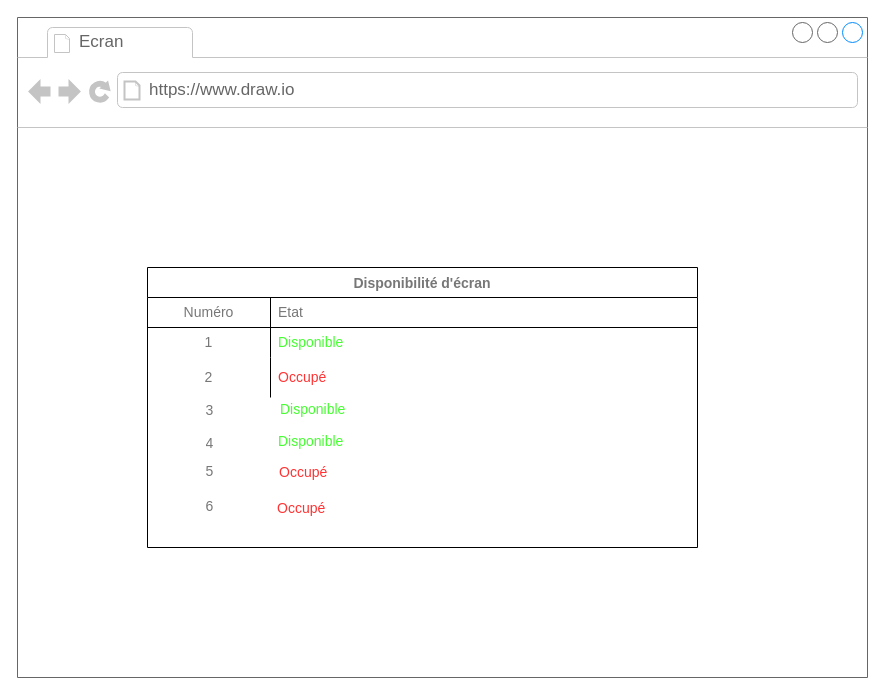
This is page "Ecran" (7 of 8) of maquetter_une_application/realiser_la_maquette_ux_ui/phase_3/maquetage_personnel.drawio from Rustam0-0/cda, a draw.io file, before an edit. Source tidied: cells renumbered, new cells numbered last; positions are measured from the earlier drawing's top-left corner, leaving out a move shared by most shapes. Both pictures are drawn from the tidied source at 100%, with x=0, y=0 at pixel (17, 17).
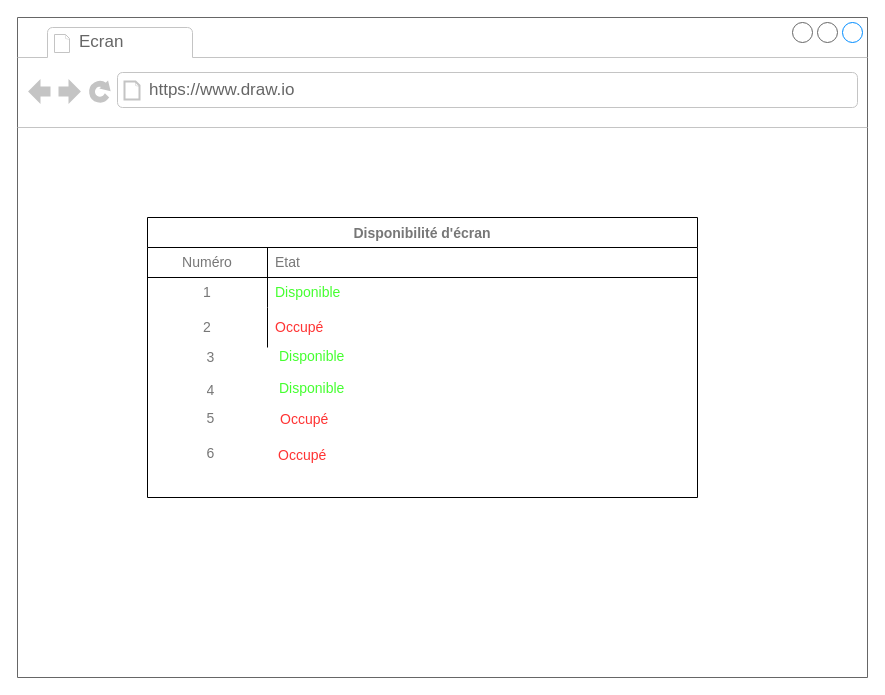
The same diagram, later.

The change refers to these unchanged cells:
```xml
<mxCell id="2" style="strokeWidth=1;shadow=0;dashed=0;align=center;html=1;shape=mxgraph.mockup.containers.browserWindow;rSize=0;strokeColor=#666666;strokeColor2=#008cff;strokeColor3=#c4c4c4;mainText=,;" parent="1" vertex="1">
  <mxGeometry width="850" height="660" as="geometry" />
</mxCell>
<mxCell id="6" style="shape=partialRectangle;html=1;whiteSpace=wrap;fillColor=none;top=0;left=0;bottom=1;right=0;fontSize=14;fontColor=#777777;" parent="5" vertex="1">
  <mxGeometry y="30" width="550" height="30" as="geometry" />
</mxCell>
<mxCell id="9" style="shape=partialRectangle;html=1;whiteSpace=wrap;fillColor=none;top=0;left=0;bottom=0;right=0;fontSize=14;fontColor=#777777;" parent="5" vertex="1">
  <mxGeometry y="60" width="550" height="30" as="geometry" />
</mxCell>
<mxCell id="12" style="shape=partialRectangle;html=1;whiteSpace=wrap;fillColor=none;top=0;left=0;bottom=0;right=0;fontSize=14;fontColor=#777777;" parent="5" vertex="1">
  <mxGeometry y="90" width="550" height="40" as="geometry" />
</mxCell>
```

Change to the diagram source:
```diff
@@
-    <mxCell id="5" value="Disponibilité d'écran" style="shape=table;startSize=30;childLayout=tableLayout;rowLines=0;fontStyle=1;align=center;fontSize=14;fontColor=#777777;fillColor=#FFFFFF;" parent="1" vertex="1">
-      <mxGeometry x="130" y="250" width="550" height="280" as="geometry" />
+    <mxCell id="5" value="Disponibilité d'écran" style="shape=table;startSize=30;childLayout=tableLayout;rowLines=0;fontStyle=1;align=center;fontSize=14;fontColor=#777777;fillColor=#FFFFFF;" parent="2" vertex="1">
+      <mxGeometry x="130" y="200" width="550" height="280" as="geometry" />
     </mxCell>
@@
     <mxCell id="7" value="Numéro" style="shape=partialRectangle;html=1;whiteSpace=wrap;fillColor=none;top=0;left=0;bottom=0;right=0;overflow=hidden;fontSize=14;fontColor=#777777;" parent="6" vertex="1">
-      <mxGeometry width="123" height="30" as="geometry" />
+      <mxGeometry width="120" height="30" as="geometry" />
     </mxCell>
     <mxCell id="8" value="Etat" style="shape=partialRectangle;html=1;whiteSpace=wrap;fillColor=none;top=0;left=0;bottom=0;right=0;align=left;spacingLeft=6;overflow=hidden;fontSize=14;fontColor=#777777;" parent="6" vertex="1">
-      <mxGeometry x="123" width="427" height="30" as="geometry" />
+      <mxGeometry x="120" width="430" height="30" as="geometry" />
     </mxCell>
@@
     <mxCell id="10" value="1" style="shape=partialRectangle;html=1;whiteSpace=wrap;fillColor=none;top=0;left=0;bottom=0;right=0;overflow=hidden;fontSize=14;fontColor=#777777;" parent="9" vertex="1">
-      <mxGeometry width="123" height="30" as="geometry" />
+      <mxGeometry width="120" height="30" as="geometry" />
     </mxCell>
     <mxCell id="11" value="&lt;font color=&quot;#45ff30&quot;&gt;Disponible&lt;/font&gt;" style="shape=partialRectangle;html=1;whiteSpace=wrap;fillColor=none;top=0;left=0;bottom=0;right=0;align=left;spacingLeft=6;overflow=hidden;fontSize=14;fontColor=#777777;" parent="9" vertex="1">
-      <mxGeometry x="123" width="427" height="30" as="geometry" />
+      <mxGeometry x="120" width="430" height="30" as="geometry" />
     </mxCell>
@@
     <mxCell id="13" value="2" style="shape=partialRectangle;html=1;whiteSpace=wrap;fillColor=none;top=0;left=0;bottom=0;right=0;overflow=hidden;fontSize=14;fontColor=#777777;" parent="12" vertex="1">
-      <mxGeometry width="123" height="40" as="geometry" />
+      <mxGeometry width="120" height="40" as="geometry" />
     </mxCell>
     <mxCell id="14" value="&lt;font color=&quot;#ff3333&quot;&gt;Occupé&lt;/font&gt;" style="shape=partialRectangle;html=1;whiteSpace=wrap;fillColor=none;top=0;left=0;bottom=0;right=0;align=left;spacingLeft=6;overflow=hidden;fontSize=14;fontColor=#777777;" parent="12" vertex="1">
-      <mxGeometry x="123" width="427" height="40" as="geometry" />
+      <mxGeometry x="120" width="430" height="40" as="geometry" />
     </mxCell>
-    <mxCell id="15" value="3" style="shape=partialRectangle;html=1;whiteSpace=wrap;fillColor=none;top=0;left=0;bottom=0;right=0;overflow=hidden;fontSize=14;fontColor=#777777;" parent="1" vertex="1">
-      <mxGeometry x="131" y="373" width="123" height="40" as="geometry" />
+    <mxCell id="15" value="3" style="shape=partialRectangle;html=1;whiteSpace=wrap;fillColor=none;top=0;left=0;bottom=0;right=0;overflow=hidden;fontSize=14;fontColor=#777777;" parent="2" vertex="1">
+      <mxGeometry x="132" y="320" width="123" height="40" as="geometry" />
     </mxCell>
-    <mxCell id="16" value="4" style="shape=partialRectangle;html=1;whiteSpace=wrap;fillColor=none;top=0;left=0;bottom=0;right=0;overflow=hidden;fontSize=14;fontColor=#777777;" parent="1" vertex="1">
-      <mxGeometry x="131" y="406" width="123" height="40" as="geometry" />
+    <mxCell id="16" value="4" style="shape=partialRectangle;html=1;whiteSpace=wrap;fillColor=none;top=0;left=0;bottom=0;right=0;overflow=hidden;fontSize=14;fontColor=#777777;" parent="2" vertex="1">
+      <mxGeometry x="132" y="353" width="123" height="40" as="geometry" />
     </mxCell>
-    <mxCell id="17" value="5" style="shape=partialRectangle;html=1;whiteSpace=wrap;fillColor=none;top=0;left=0;bottom=0;right=0;overflow=hidden;fontSize=14;fontColor=#777777;" parent="1" vertex="1">
-      <mxGeometry x="131" y="434" width="123" height="40" as="geometry" />
+    <mxCell id="17" value="5" style="shape=partialRectangle;html=1;whiteSpace=wrap;fillColor=none;top=0;left=0;bottom=0;right=0;overflow=hidden;fontSize=14;fontColor=#777777;" parent="2" vertex="1">
+      <mxGeometry x="132" y="381" width="123" height="40" as="geometry" />
     </mxCell>
-    <mxCell id="18" value="6" style="shape=partialRectangle;html=1;whiteSpace=wrap;fillColor=none;top=0;left=0;bottom=0;right=0;overflow=hidden;fontSize=14;fontColor=#777777;" parent="1" vertex="1">
-      <mxGeometry x="131" y="469" width="123" height="40" as="geometry" />
+    <mxCell id="18" value="6" style="shape=partialRectangle;html=1;whiteSpace=wrap;fillColor=none;top=0;left=0;bottom=0;right=0;overflow=hidden;fontSize=14;fontColor=#777777;" parent="2" vertex="1">
+      <mxGeometry x="132" y="416" width="123" height="40" as="geometry" />
     </mxCell>
-    <mxCell id="19" value="&lt;font color=&quot;#45ff30&quot;&gt;Disponible&lt;/font&gt;" style="shape=partialRectangle;html=1;whiteSpace=wrap;fillColor=none;top=0;left=0;bottom=0;right=0;align=left;spacingLeft=6;overflow=hidden;fontSize=14;fontColor=#777777;" parent="1" vertex="1">
-      <mxGeometry x="255" y="377" width="427" height="30" as="geometry" />
+    <mxCell id="19" value="&lt;font color=&quot;#45ff30&quot;&gt;Disponible&lt;/font&gt;" style="shape=partialRectangle;html=1;whiteSpace=wrap;fillColor=none;top=0;left=0;bottom=0;right=0;align=left;spacingLeft=6;overflow=hidden;fontSize=14;fontColor=#777777;" parent="2" vertex="1">
+      <mxGeometry x="254" y="324" width="427" height="30" as="geometry" />
     </mxCell>
-    <mxCell id="20" value="&lt;font color=&quot;#45ff30&quot;&gt;Disponible&lt;/font&gt;" style="shape=partialRectangle;html=1;whiteSpace=wrap;fillColor=none;top=0;left=0;bottom=0;right=0;align=left;spacingLeft=6;overflow=hidden;fontSize=14;fontColor=#777777;" parent="1" vertex="1">
-      <mxGeometry x="253" y="409" width="427" height="30" as="geometry" />
+    <mxCell id="20" value="&lt;font color=&quot;#45ff30&quot;&gt;Disponible&lt;/font&gt;" style="shape=partialRectangle;html=1;whiteSpace=wrap;fillColor=none;top=0;left=0;bottom=0;right=0;align=left;spacingLeft=6;overflow=hidden;fontSize=14;fontColor=#777777;" parent="2" vertex="1">
+      <mxGeometry x="254" y="356" width="427" height="30" as="geometry" />
     </mxCell>
-    <mxCell id="21" value="&lt;font color=&quot;#ff3333&quot;&gt;Occupé&lt;/font&gt;" style="shape=partialRectangle;html=1;whiteSpace=wrap;fillColor=none;top=0;left=0;bottom=0;right=0;align=left;spacingLeft=6;overflow=hidden;fontSize=14;fontColor=#777777;" parent="1" vertex="1">
-      <mxGeometry x="254" y="435" width="427" height="40" as="geometry" />
+    <mxCell id="21" value="&lt;font color=&quot;#ff3333&quot;&gt;Occupé&lt;/font&gt;" style="shape=partialRectangle;html=1;whiteSpace=wrap;fillColor=none;top=0;left=0;bottom=0;right=0;align=left;spacingLeft=6;overflow=hidden;fontSize=14;fontColor=#777777;" parent="2" vertex="1">
+      <mxGeometry x="255" y="382" width="427" height="40" as="geometry" />
     </mxCell>
-    <mxCell id="22" value="&lt;font color=&quot;#ff3333&quot;&gt;Occupé&lt;/font&gt;" style="shape=partialRectangle;html=1;whiteSpace=wrap;fillColor=none;top=0;left=0;bottom=0;right=0;align=left;spacingLeft=6;overflow=hidden;fontSize=14;fontColor=#777777;" parent="1" vertex="1">
-      <mxGeometry x="252" y="471" width="427" height="40" as="geometry" />
+    <mxCell id="22" value="&lt;font color=&quot;#ff3333&quot;&gt;Occupé&lt;/font&gt;" style="shape=partialRectangle;html=1;whiteSpace=wrap;fillColor=none;top=0;left=0;bottom=0;right=0;align=left;spacingLeft=6;overflow=hidden;fontSize=14;fontColor=#777777;" parent="2" vertex="1">
+      <mxGeometry x="253" y="418" width="427" height="40" as="geometry" />
     </mxCell>
```
